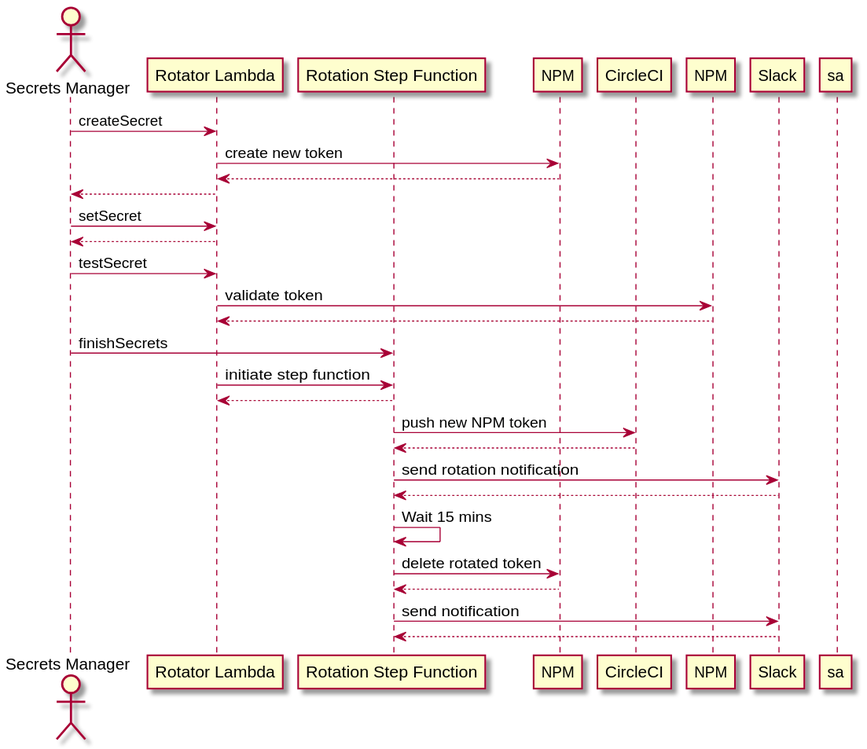
Earlier version of the PlantUML export src/credentials_rotators/npm-token-rotation/docs/seq-diag.svg (aws-amplify/amplify-ci-support). The source it was exported from:
```plantuml
@startuml
actor "Secrets Manager" as SM
participant "Rotator Lambda" as RM
participant "Rotation Step Function" as SF
participant "NPM" as npm
participant "CircleCI" as cci

SM -> RM : createSecret
RM -> npm: create new token
npm --> RM:
RM --> SM
SM -> RM: setSecret
RM --> SM
SM -> RM: testSecret
RM -> NPM: validate token
NPM --> RM


SM -> SF: finishSecrets
RM -> SF: initiate step function
SF --> RM
SF -> cci: push new NPM token
cci --> SF
SF -> Slack: send rotation notification
Slack --> SF

SF -> SF: Wait 15 mins
SF -> npm: delete rotated token
npm --> SF
SF -> Slack: send notification
Slack --> SF

deactivate sa
@enduml
```
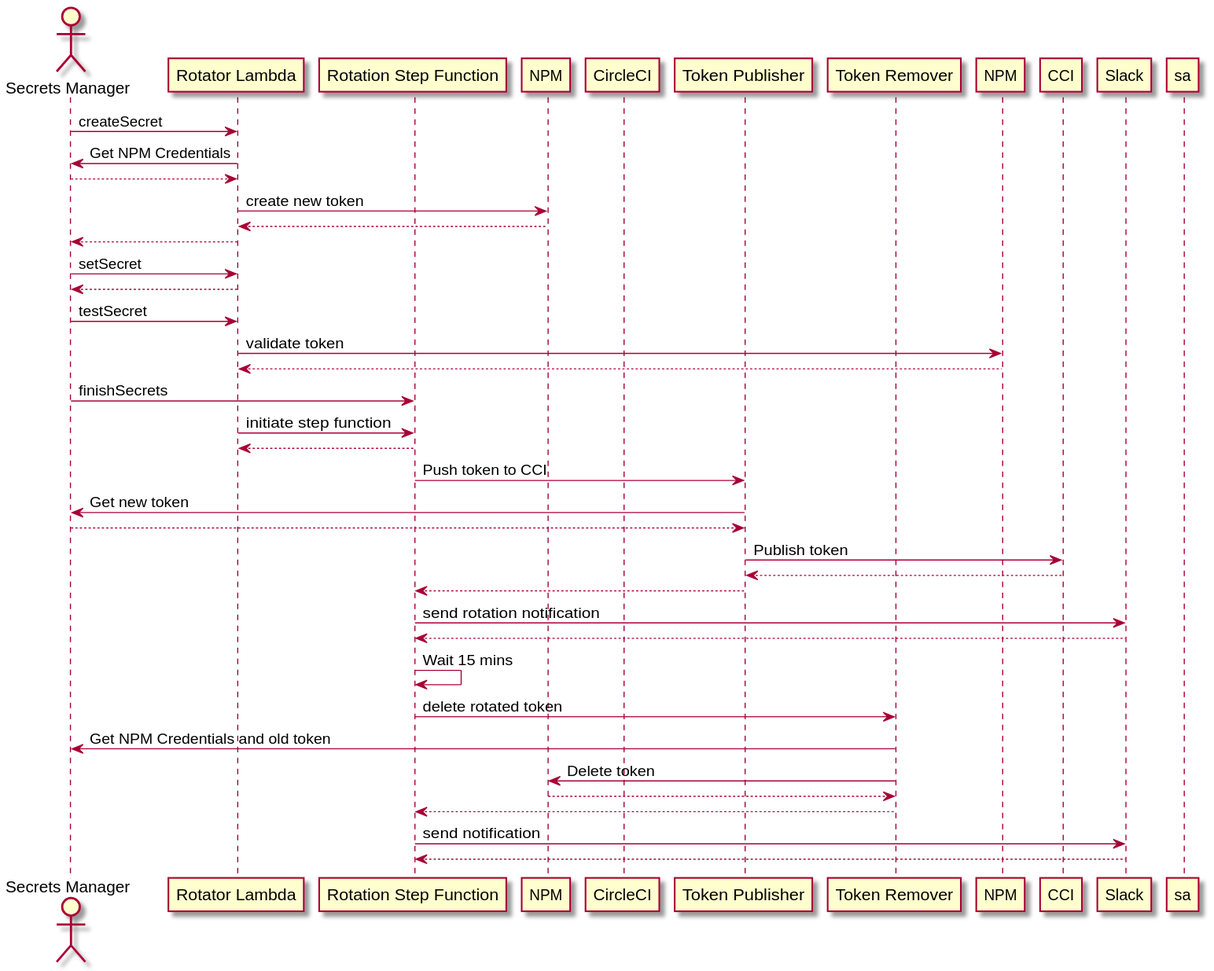
Later version of the same file.

Change to the diagram source:
```diff
@@ -4,8 +4,12 @@
 participant "Rotation Step Function" as SF
 participant "NPM" as npm
 participant "CircleCI" as cci
+Participant "Token Publisher" as TP
+Participant "Token Remover" as TR
 
 SM -> RM : createSecret
+RM -> SM: Get NPM Credentials
+SM --> RM
 RM -> npm: create new token
 npm --> RM:
 RM --> SM
@@ -19,14 +23,22 @@
 SM -> SF: finishSecrets
 RM -> SF: initiate step function
 SF --> RM
-SF -> cci: push new NPM token
-cci --> SF
+SF -> TP: Push token to CCI
+TP -> SM: Get new token
+SM --> TP
+TP -> CCI: Publish token
+CCI -->TP
+TP --> SF
 SF -> Slack: send rotation notification
 Slack --> SF
 
 SF -> SF: Wait 15 mins
-SF -> npm: delete rotated token
-npm --> SF
+
+SF -> TR: delete rotated token
+TR -> SM: Get NPM Credentials and old token
+TR -> npm: Delete token
+npm --> TR
+TR --> SF
 SF -> Slack: send notification
 Slack --> SF
 
```
